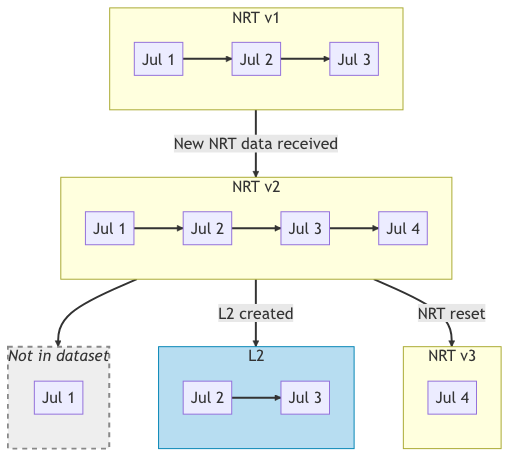
This is Documentation/Design/ExportScripts/CarbonPortal/L1_L2_progression.png from quince-science/QuinCe, a Mermaid export, as it was before one commit. Its source is kept beside it as Documentation/Design/ExportScripts/CarbonPortal/L1_L2_progression.mermaid. The source it was exported from:
```mermaid
flowchart TB
  subgraph nrt1[NRT v1]
    nrt1_1[Jul 1]
    nrt1_2[Jul 2]
    nrt1_3[Jul 3]
    nrt1_1-->nrt1_2
    nrt1_2-->nrt1_3
  end

  subgraph nrt2[NRT v2]
    nrt2_1[Jul 1]
    nrt2_2[Jul 2]
    nrt2_3[Jul 3]
    nrt2_4[Jul 4]
    nrt2_1-->nrt2_2
    nrt2_2-->nrt2_3
    nrt2_3-->nrt2_4
  end

  nrt1-->|New NRT data received|nrt2

  subgraph nodat[<i>Not in dataset</i>]
    alone_jl1[Jul 1]
  end

  nrt2-->nodat

  subgraph l2[L2]
    l2_1[Jul 2]
    l2_2[Jul 3]
    l2_1-->l2_2
  end

  nrt2-->|L2 created|l2

  subgraph nrt3[NRT v3]
    nrt3_4[Jul 4]
  end

  nrt2-->|NRT reset|nrt3

  style nodat padding-left:10px,fill:#eee,stroke:#888,stroke-width:2px,stroke-dasharray: 5 5
  style l2 fill:#b7ddf1,stroke:#0686B5
```
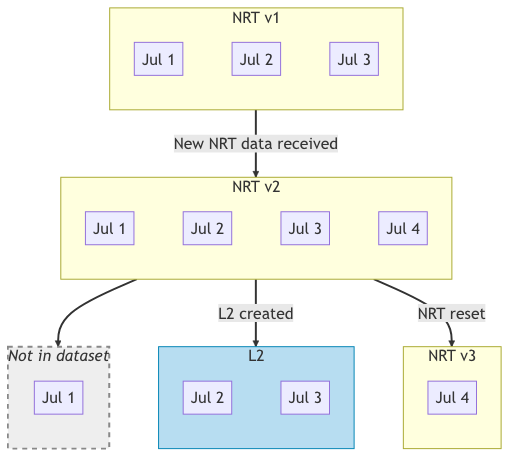
The same file after the commit.

Diff of the diagram source:
```diff
@@ -3,8 +3,8 @@
     nrt1_1[Jul 1]
     nrt1_2[Jul 2]
     nrt1_3[Jul 3]
-    nrt1_1-->nrt1_2
-    nrt1_2-->nrt1_3
+    nrt1_1~~~nrt1_2
+    nrt1_2~~~nrt1_3
   end
 
   subgraph nrt2[NRT v2]
@@ -12,9 +12,9 @@
     nrt2_2[Jul 2]
     nrt2_3[Jul 3]
     nrt2_4[Jul 4]
-    nrt2_1-->nrt2_2
-    nrt2_2-->nrt2_3
-    nrt2_3-->nrt2_4
+    nrt2_1~~~nrt2_2
+    nrt2_2~~~nrt2_3
+    nrt2_3~~~nrt2_4
   end
 
   nrt1-->|New NRT data received|nrt2
@@ -28,7 +28,7 @@
   subgraph l2[L2]
     l2_1[Jul 2]
     l2_2[Jul 3]
-    l2_1-->l2_2
+    l2_1~~~l2_2
   end
 
   nrt2-->|L2 created|l2
```
